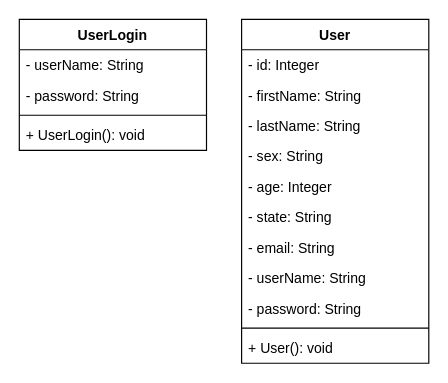
Above: UMLDiagrams.drawio in MTeixeiraGCU/CST-350_Minesweeper (draw.io), before the change. Source tidied: cells renumbered, new cells numbered last; positions are measured from the earlier drawing's top-left corner, leaving out a move shared by most shapes. Both pictures are drawn from the tidied source at 117%, with x=0, y=0 at pixel (19, 19).
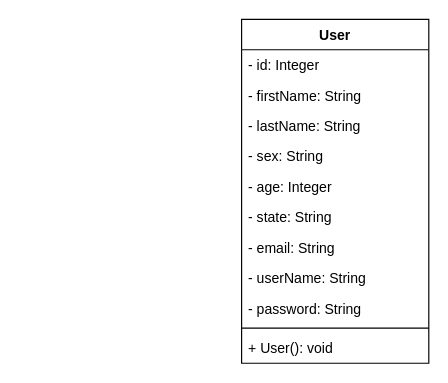
After the change.

Commit message (it also covers changes not shown here):
Fixed UML to represent actual models in the application and added DDL script to the repo.

Diff of the diagram source:
```diff
@@
 <mxGraphModel>
   <root>
     <mxCell id="0" />
     <mxCell id="1" parent="0" />
-    <mxCell id="2" value="UserLogin" style="swimlane;fontStyle=1;align=center;verticalAlign=top;horizontal=1;startSize=26;" parent="1" vertex="1">
-      <mxGeometry width="160" height="112" as="geometry" />
-    </mxCell>
-    <mxCell id="3" value="- userName: String" style="text;strokeColor=none;fillColor=none;align=left;verticalAlign=top;spacingLeft=4;spacingRight=4;overflow=hidden;" parent="2" vertex="1">
-      <mxGeometry y="26" width="160" height="26" as="geometry" />
-    </mxCell>
-    <mxCell id="4" value="- password: String" style="text;strokeColor=none;fillColor=none;align=left;verticalAlign=top;spacingLeft=4;spacingRight=4;overflow=hidden;" parent="2" vertex="1">
-      <mxGeometry y="52" width="160" height="26" as="geometry" />
-    </mxCell>
-    <mxCell id="5" style="line;strokeWidth=1;fillColor=none;align=left;verticalAlign=middle;spacingTop=-1;spacingLeft=3;spacingRight=3;labelPosition=right;" parent="2" vertex="1">
-      <mxGeometry y="78" width="160" height="8" as="geometry" />
-    </mxCell>
-    <mxCell id="6" value="+ UserLogin(): void" style="text;strokeColor=none;fillColor=none;align=left;verticalAlign=top;spacingLeft=4;spacingRight=4;overflow=hidden;" parent="2" vertex="1">
-      <mxGeometry y="86" width="160" height="26" as="geometry" />
-    </mxCell>
     <mxCell id="7" value="User" style="swimlane;fontStyle=1;align=center;verticalAlign=top;horizontal=1;startSize=26;" parent="1" vertex="1">
       <mxGeometry x="190" width="160" height="294" as="geometry" />
     </mxCell>
     <mxCell id="8" value="- id: Integer" style="text;strokeColor=none;fillColor=none;align=left;verticalAlign=top;spacingLeft=4;spacingRight=4;overflow=hidden;" parent="7" vertex="1">
       <mxGeometry y="26" width="160" height="26" as="geometry" />
     </mxCell>
     <mxCell id="9" value="- firstName: String" style="text;strokeColor=none;fillColor=none;align=left;verticalAlign=top;spacingLeft=4;spacingRight=4;overflow=hidden;" parent="7" vertex="1">
       <mxGeometry y="52" width="160" height="26" as="geometry" />
     </mxCell>
     <mxCell id="10" value="- lastName: String" style="text;strokeColor=none;fillColor=none;align=left;verticalAlign=top;spacingLeft=4;spacingRight=4;overflow=hidden;" parent="7" vertex="1">
       <mxGeometry y="78" width="160" height="26" as="geometry" />
     </mxCell>
     <mxCell id="11" value="- sex: String" style="text;strokeColor=none;fillColor=none;align=left;verticalAlign=top;spacingLeft=4;spacingRight=4;overflow=hidden;" parent="7" vertex="1">
       <mxGeometry y="104" width="160" height="26" as="geometry" />
     </mxCell>
     <mxCell id="12" value="- age: Integer" style="text;strokeColor=none;fillColor=none;align=left;verticalAlign=top;spacingLeft=4;spacingRight=4;overflow=hidden;" parent="7" vertex="1">
       <mxGeometry y="130" width="160" height="26" as="geometry" />
     </mxCell>
     <mxCell id="13" value="- state: String" style="text;strokeColor=none;fillColor=none;align=left;verticalAlign=top;spacingLeft=4;spacingRight=4;overflow=hidden;" parent="7" vertex="1">
       <mxGeometry y="156" width="160" height="26" as="geometry" />
     </mxCell>
     <mxCell id="14" value="- email: String" style="text;strokeColor=none;fillColor=none;align=left;verticalAlign=top;spacingLeft=4;spacingRight=4;overflow=hidden;" parent="7" vertex="1">
       <mxGeometry y="182" width="160" height="26" as="geometry" />
     </mxCell>
     <mxCell id="15" value="- userName: String" style="text;strokeColor=none;fillColor=none;align=left;verticalAlign=top;spacingLeft=4;spacingRight=4;overflow=hidden;" parent="7" vertex="1">
       <mxGeometry y="208" width="160" height="26" as="geometry" />
     </mxCell>
     <mxCell id="16" value="- password: String" style="text;strokeColor=none;fillColor=none;align=left;verticalAlign=top;spacingLeft=4;spacingRight=4;overflow=hidden;" parent="7" vertex="1">
       <mxGeometry y="234" width="160" height="26" as="geometry" />
     </mxCell>
     <mxCell id="17" style="line;strokeWidth=1;fillColor=none;align=left;verticalAlign=middle;spacingTop=-1;spacingLeft=3;spacingRight=3;labelPosition=right;" parent="7" vertex="1">
       <mxGeometry y="260" width="160" height="8" as="geometry" />
     </mxCell>
     <mxCell id="18" value="+ User(): void" style="text;strokeColor=none;fillColor=none;align=left;verticalAlign=top;spacingLeft=4;spacingRight=4;overflow=hidden;" parent="7" vertex="1">
       <mxGeometry y="268" width="160" height="26" as="geometry" />
     </mxCell>
   </root>
 </mxGraphModel>
```
